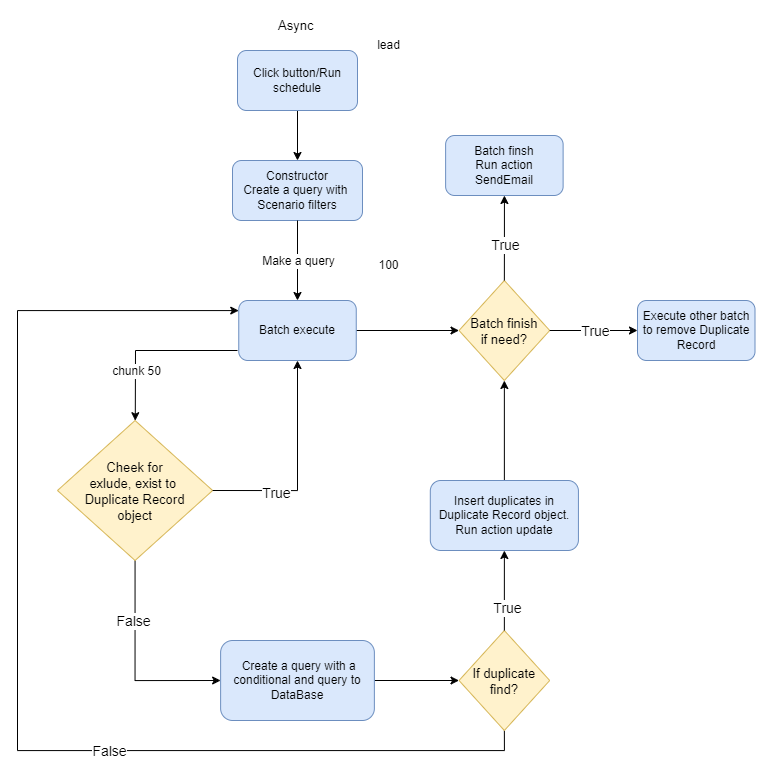
This is assets/search-duplicates-async.png from vovantais/Presentation-Duplicates-Application, a draw.io export, as it was before one commit. Source tidied: cells renumbered, new cells last; positions are measured from the earlier drawing's top-left corner, leaving out a move shared by most shapes. Source of this version:
```xml
<mxGraphModel>
  <root>
    <mxCell id="0" />
    <mxCell id="1" parent="0" />
    <mxCell id="2" style="edgeStyle=orthogonalEdgeStyle;rounded=0;jettySize=auto;html=1;exitX=0.5;exitY=1;exitDx=0;exitDy=0;entryX=0.5;entryY=0;entryDx=0;entryDy=0;" parent="1" edge="1" source="3" target="4">
      <mxGeometry relative="1" as="geometry" />
    </mxCell>
    <mxCell id="3" value="&lt;span style=&quot;&quot;&gt;Click button/Run schedule&lt;/span&gt;" style="rounded=1;whiteSpace=wrap;html=1;fillColor=#dae8fc;strokeColor=#6c8ebf;" parent="1" vertex="1">
      <mxGeometry x="220" y="40" width="120" height="60" as="geometry" />
    </mxCell>
    <mxCell id="4" value="Constructor&lt;br&gt;Create a query with&amp;nbsp;&lt;br&gt;Scenario filters" style="rounded=1;whiteSpace=wrap;html=1;fillColor=#DAE8FC;strokeColor=#6c8ebf;" parent="1" vertex="1">
      <mxGeometry x="215" y="150" width="130" height="60" as="geometry" />
    </mxCell>
    <mxCell id="5" style="edgeStyle=orthogonalEdgeStyle;rounded=0;jettySize=auto;html=1;entryX=0;entryY=0.5;entryDx=0;entryDy=0;fontSize=12;fontColor=#000000;" parent="1" edge="1" source="6" target="25">
      <mxGeometry relative="1" as="geometry" />
    </mxCell>
    <mxCell id="6" value="Batch execute" style="rounded=1;whiteSpace=wrap;html=1;fillColor=#dae8fc;strokeColor=#6c8ebf;" parent="1" vertex="1">
      <mxGeometry x="221.2" y="290" width="117.5" height="60" as="geometry" />
    </mxCell>
    <mxCell id="7" style="edgeStyle=orthogonalEdgeStyle;rounded=0;jettySize=auto;html=1;entryX=0;entryY=0.5;entryDx=0;entryDy=0;fontSize=12;fontColor=#000000;" parent="1" edge="1" source="8" target="31">
      <mxGeometry relative="1" as="geometry" />
    </mxCell>
    <mxCell id="8" value="&amp;nbsp;Create a query with a conditional and query to&lt;br&gt;DataBase" style="rounded=1;whiteSpace=wrap;html=1;fillColor=#dae8fc;strokeColor=#6c8ebf;" parent="1" vertex="1">
      <mxGeometry x="203.1" y="630" width="153.8" height="80" as="geometry" />
    </mxCell>
    <mxCell id="9" style="endArrow=classic;html=1;rounded=0;fontFamily=Helvetica;fontSize=12;" parent="1" edge="1" target="19">
      <mxGeometry relative="1" as="geometry">
        <mxPoint x="220" y="340" as="sourcePoint" />
        <Array as="points">
          <mxPoint x="118" y="340" />
        </Array>
      </mxGeometry>
    </mxCell>
    <mxCell id="10" value="chunk 50" style="edgeLabel;html=1;align=center;verticalAlign=middle;fontFamily=Helvetica;fontSize=12;" parent="9" vertex="1">
      <mxGeometry relative="1" as="geometry">
        <mxPoint x="-16" y="20" as="offset" />
      </mxGeometry>
    </mxCell>
    <mxCell id="11" style="edgeStyle=orthogonalEdgeStyle;rounded=0;jettySize=auto;html=1;exitX=0.5;exitY=0;exitDx=0;exitDy=0;entryX=0.5;entryY=1;entryDx=0;entryDy=0;fontSize=12;fontColor=#000000;" parent="1" edge="1" source="12" target="25">
      <mxGeometry relative="1" as="geometry" />
    </mxCell>
    <mxCell id="12" value="&lt;font style=&quot;font-size: 12px;&quot;&gt;Insert duplicates in Duplicate Record object.&lt;br&gt;Run action update&lt;/font&gt;" style="rounded=1;whiteSpace=wrap;html=1;fillColor=#dae8fc;strokeColor=#6c8ebf;" parent="1" vertex="1">
      <mxGeometry x="412.8" y="470" width="148.1" height="70" as="geometry" />
    </mxCell>
    <mxCell id="13" style="endArrow=classic;html=1;rounded=0;fontFamily=Helvetica;fontSize=12;exitX=0.5;exitY=1;exitDx=0;exitDy=0;" parent="1" edge="1" source="4" target="6">
      <mxGeometry relative="1" as="geometry" />
    </mxCell>
    <mxCell id="14" value="Make a query" style="edgeLabel;html=1;align=center;verticalAlign=middle;fontFamily=Helvetica;fontSize=12;" parent="13" vertex="1">
      <mxGeometry relative="1" as="geometry" />
    </mxCell>
    <mxCell id="15" value="100" style="text;html=1;align=center;verticalAlign=middle;strokeColor=none;fillColor=none;" parent="1" vertex="1">
      <mxGeometry x="350.9" y="240" width="40" height="30" as="geometry" />
    </mxCell>
    <mxCell id="16" value="lead" style="text;html=1;align=center;verticalAlign=middle;strokeColor=none;fillColor=none;" parent="1" vertex="1">
      <mxGeometry x="345.9" y="20" width="50" height="30" as="geometry" />
    </mxCell>
    <mxCell id="17" style="edgeStyle=orthogonalEdgeStyle;rounded=0;jettySize=auto;html=1;entryX=0;entryY=0.5;entryDx=0;entryDy=0;fontSize=14;exitX=0.5;exitY=1;exitDx=0;exitDy=0;" parent="1" edge="1" source="19" target="8">
      <mxGeometry relative="1" as="geometry" />
    </mxCell>
    <mxCell id="18" value="False" style="edgeLabel;html=1;align=center;verticalAlign=middle;fontSize=14;" parent="17" vertex="1">
      <mxGeometry x="-0.41" y="-2" relative="1" as="geometry" />
    </mxCell>
    <mxCell id="19" value="Cheek for &#10;exlude, exist to &#10;Duplicate Record &#10;object" style="rhombus;fontSize=13;fillColor=#fff2cc;strokeColor=#d6b656;" parent="1" vertex="1">
      <mxGeometry x="40" y="410" width="155.1" height="140" as="geometry" />
    </mxCell>
    <mxCell id="20" style="edgeStyle=orthogonalEdgeStyle;rounded=0;jettySize=auto;html=1;entryX=0.5;entryY=1;entryDx=0;entryDy=0;fontSize=14;exitX=1;exitY=0.5;exitDx=0;exitDy=0;" parent="1" edge="1" source="19" target="6">
      <mxGeometry relative="1" as="geometry" />
    </mxCell>
    <mxCell id="21" value="True" style="edgeLabel;html=1;align=center;verticalAlign=middle;fontSize=14;" parent="20" vertex="1">
      <mxGeometry x="-0.41" y="-2" relative="1" as="geometry" />
    </mxCell>
    <mxCell id="22" value="Async&amp;nbsp;" style="text;html=1;align=center;verticalAlign=middle;strokeColor=none;fillColor=none;fontSize=13;" parent="1" vertex="1">
      <mxGeometry x="250" width="60" height="30" as="geometry" />
    </mxCell>
    <mxCell id="23" value="Batch finsh&lt;br&gt;Run action SendEmail" style="rounded=1;whiteSpace=wrap;html=1;fillColor=#dae8fc;strokeColor=#6c8ebf;" parent="1" vertex="1">
      <mxGeometry x="428.1" y="125" width="117.5" height="60" as="geometry" />
    </mxCell>
    <mxCell id="24" value="Execute other batch to remove Duplicate Record" style="rounded=1;whiteSpace=wrap;html=1;fillColor=#dae8fc;strokeColor=#6c8ebf;" parent="1" vertex="1">
      <mxGeometry x="620" y="290" width="117.5" height="60" as="geometry" />
    </mxCell>
    <mxCell id="25" value="Batch finish&#10;if need?" style="rhombus;fontSize=13;fillColor=#fff2cc;strokeColor=#d6b656;" parent="1" vertex="1">
      <mxGeometry x="441.5" y="270" width="90.7" height="100" as="geometry" />
    </mxCell>
    <mxCell id="26" style="edgeStyle=orthogonalEdgeStyle;rounded=0;jettySize=auto;html=1;entryX=0;entryY=0.5;entryDx=0;entryDy=0;fontSize=14;exitX=1;exitY=0.5;exitDx=0;exitDy=0;" parent="1" edge="1" source="25" target="24">
      <mxGeometry relative="1" as="geometry" />
    </mxCell>
    <mxCell id="27" value="True" style="edgeLabel;html=1;align=center;verticalAlign=middle;fontSize=14;" parent="26" vertex="1">
      <mxGeometry x="-0.41" y="-2" relative="1" as="geometry">
        <mxPoint x="19" y="-2" as="offset" />
      </mxGeometry>
    </mxCell>
    <mxCell id="28" style="edgeStyle=orthogonalEdgeStyle;rounded=0;jettySize=auto;html=1;fontSize=14;exitX=0.5;exitY=0;exitDx=0;exitDy=0;" parent="1" edge="1" source="25" target="23">
      <mxGeometry x="-0.17" y="101" relative="1" as="geometry">
        <mxPoint x="-4" y="-30" as="offset" />
      </mxGeometry>
    </mxCell>
    <mxCell id="29" value="True" style="edgeLabel;html=1;align=center;verticalAlign=middle;fontSize=14;" parent="28" vertex="1">
      <mxGeometry x="-0.41" y="-2" relative="1" as="geometry">
        <mxPoint x="-2" y="-11" as="offset" />
      </mxGeometry>
    </mxCell>
    <mxCell id="30" style="edgeStyle=orthogonalEdgeStyle;rounded=0;jettySize=auto;html=1;exitX=0.5;exitY=1;exitDx=0;exitDy=0;fontSize=12;fontColor=#000000;" parent="1" edge="1" source="31" target="6">
      <mxGeometry relative="1" as="geometry">
        <Array as="points">
          <mxPoint x="487" y="740" />
          <mxPoint y="740" />
          <mxPoint y="300" />
        </Array>
      </mxGeometry>
    </mxCell>
    <mxCell id="31" value="If duplicate&#10;find?" style="rhombus;fontSize=13;fillColor=#fff2cc;strokeColor=#d6b656;" parent="1" vertex="1">
      <mxGeometry x="441.5" y="620" width="90.7" height="100" as="geometry" />
    </mxCell>
    <mxCell id="32" style="edgeStyle=orthogonalEdgeStyle;rounded=0;jettySize=auto;html=1;entryX=0.5;entryY=1;entryDx=0;entryDy=0;fontSize=14;exitX=0.5;exitY=0;exitDx=0;exitDy=0;" parent="1" edge="1" source="31" target="12">
      <mxGeometry relative="1" as="geometry" />
    </mxCell>
    <mxCell id="33" value="True" style="edgeLabel;html=1;align=center;verticalAlign=middle;fontSize=14;" parent="32" vertex="1">
      <mxGeometry x="-0.41" y="-2" relative="1" as="geometry" />
    </mxCell>
    <mxCell id="34" value="False" style="edgeLabel;html=1;align=center;verticalAlign=middle;fontSize=14;" parent="1" vertex="1">
      <mxGeometry x="70" y="650" as="geometry">
        <mxPoint x="21" y="90" as="offset" />
      </mxGeometry>
    </mxCell>
  </root>
</mxGraphModel>
```
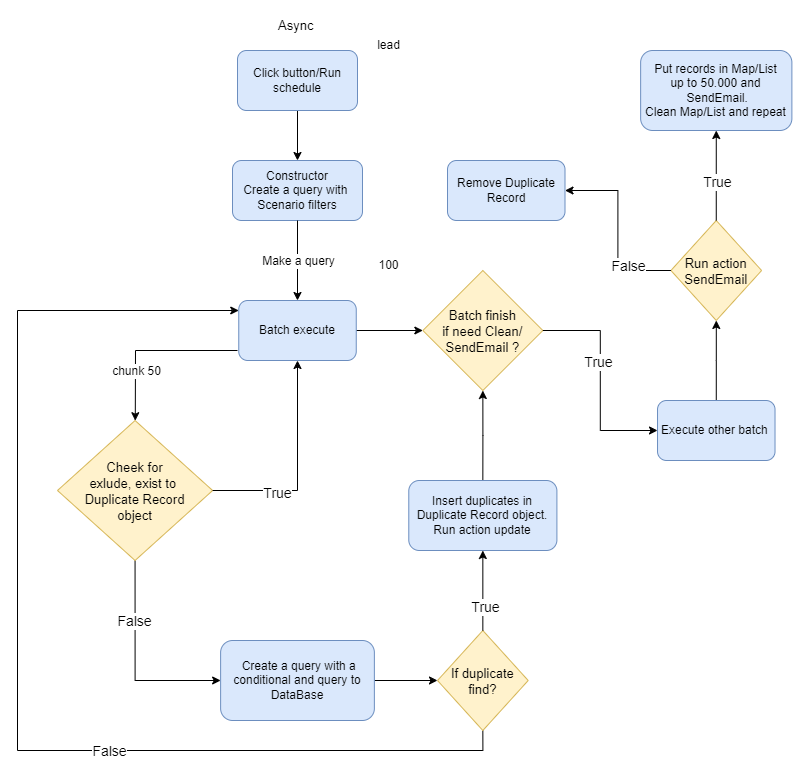
The same file after the commit.

What changed in the source:
```diff
@@ -40,7 +40,7 @@
       <mxGeometry relative="1" as="geometry" />
     </mxCell>
     <mxCell id="12" value="&lt;font style=&quot;font-size: 12px;&quot;&gt;Insert duplicates in Duplicate Record object.&lt;br&gt;Run action update&lt;/font&gt;" style="rounded=1;whiteSpace=wrap;html=1;fillColor=#dae8fc;strokeColor=#6c8ebf;" parent="1" vertex="1">
-      <mxGeometry x="412.8" y="470" width="148.1" height="70" as="geometry" />
+      <mxGeometry x="391.3" y="470" width="148.1" height="70" as="geometry" />
     </mxCell>
     <mxCell id="13" style="endArrow=classic;html=1;rounded=0;fontFamily=Helvetica;fontSize=12;exitX=0.5;exitY=1;exitDx=0;exitDy=0;" parent="1" edge="1" source="4" target="6">
       <mxGeometry relative="1" as="geometry" />
@@ -72,44 +72,34 @@
     <mxCell id="22" value="Async&amp;nbsp;" style="text;html=1;align=center;verticalAlign=middle;strokeColor=none;fillColor=none;fontSize=13;" parent="1" vertex="1">
       <mxGeometry x="250" width="60" height="30" as="geometry" />
     </mxCell>
-    <mxCell id="23" value="Batch finsh&lt;br&gt;Run action SendEmail" style="rounded=1;whiteSpace=wrap;html=1;fillColor=#dae8fc;strokeColor=#6c8ebf;" parent="1" vertex="1">
-      <mxGeometry x="428.1" y="125" width="117.5" height="60" as="geometry" />
-    </mxCell>
+    <mxCell id="35" style="edgeStyle=orthogonalEdgeStyle;rounded=0;jettySize=auto;html=1;exitX=0.5;exitY=0;exitDx=0;exitDy=0;" parent="1" edge="1" source="24" target="36">
+      <mxGeometry relative="1" as="geometry" />
+    </mxCell>
-    <mxCell id="24" value="Execute other batch to remove Duplicate Record" style="rounded=1;whiteSpace=wrap;html=1;fillColor=#dae8fc;strokeColor=#6c8ebf;" parent="1" vertex="1">
-      <mxGeometry x="620" y="290" width="117.5" height="60" as="geometry" />
+    <mxCell id="24" value="Execute other batch&amp;nbsp;" style="rounded=1;whiteSpace=wrap;html=1;fillColor=#dae8fc;strokeColor=#6c8ebf;" parent="1" vertex="1">
+      <mxGeometry x="640" y="390" width="117.5" height="60" as="geometry" />
     </mxCell>
-    <mxCell id="25" value="Batch finish&#10;if need?" style="rhombus;fontSize=13;fillColor=#fff2cc;strokeColor=#d6b656;" parent="1" vertex="1">
-      <mxGeometry x="441.5" y="270" width="90.7" height="100" as="geometry" />
+    <mxCell id="25" value="Batch finish&#10;if need Clean/&#10;SendEmail ?" style="rhombus;fontSize=13;fillColor=#fff2cc;strokeColor=#d6b656;" parent="1" vertex="1">
+      <mxGeometry x="405.4" y="260" width="120" height="120" as="geometry" />
     </mxCell>
     <mxCell id="26" style="edgeStyle=orthogonalEdgeStyle;rounded=0;jettySize=auto;html=1;entryX=0;entryY=0.5;entryDx=0;entryDy=0;fontSize=14;exitX=1;exitY=0.5;exitDx=0;exitDy=0;" parent="1" edge="1" source="25" target="24">
       <mxGeometry relative="1" as="geometry" />
     </mxCell>
     <mxCell id="27" value="True" style="edgeLabel;html=1;align=center;verticalAlign=middle;fontSize=14;" parent="26" vertex="1">
       <mxGeometry x="-0.41" y="-2" relative="1" as="geometry">
-        <mxPoint x="19" y="-2" as="offset" />
+        <mxPoint x="-1" y="24" as="offset" />
       </mxGeometry>
     </mxCell>
-    <mxCell id="28" style="edgeStyle=orthogonalEdgeStyle;rounded=0;jettySize=auto;html=1;fontSize=14;exitX=0.5;exitY=0;exitDx=0;exitDy=0;" parent="1" edge="1" source="25" target="23">
-      <mxGeometry x="-0.17" y="101" relative="1" as="geometry">
-        <mxPoint x="-4" y="-30" as="offset" />
-      </mxGeometry>
-    </mxCell>
-    <mxCell id="29" value="True" style="edgeLabel;html=1;align=center;verticalAlign=middle;fontSize=14;" parent="28" vertex="1">
-      <mxGeometry x="-0.41" y="-2" relative="1" as="geometry">
-        <mxPoint x="-2" y="-11" as="offset" />
-      </mxGeometry>
-    </mxCell>
     <mxCell id="30" style="edgeStyle=orthogonalEdgeStyle;rounded=0;jettySize=auto;html=1;exitX=0.5;exitY=1;exitDx=0;exitDy=0;fontSize=12;fontColor=#000000;" parent="1" edge="1" source="31" target="6">
       <mxGeometry relative="1" as="geometry">
         <Array as="points">
-          <mxPoint x="487" y="740" />
+          <mxPoint x="465" y="740" />
           <mxPoint y="740" />
           <mxPoint y="300" />
         </Array>
       </mxGeometry>
     </mxCell>
     <mxCell id="31" value="If duplicate&#10;find?" style="rhombus;fontSize=13;fillColor=#fff2cc;strokeColor=#d6b656;" parent="1" vertex="1">
-      <mxGeometry x="441.5" y="620" width="90.7" height="100" as="geometry" />
+      <mxGeometry x="420" y="620" width="90.7" height="100" as="geometry" />
     </mxCell>
     <mxCell id="32" style="edgeStyle=orthogonalEdgeStyle;rounded=0;jettySize=auto;html=1;entryX=0.5;entryY=1;entryDx=0;entryDy=0;fontSize=14;exitX=0.5;exitY=0;exitDx=0;exitDy=0;" parent="1" edge="1" source="31" target="12">
       <mxGeometry relative="1" as="geometry" />
@@ -122,5 +112,30 @@
         <mxPoint x="21" y="90" as="offset" />
       </mxGeometry>
     </mxCell>
+    <mxCell id="36" value="Run action&#10;SendEmail" style="rhombus;fontSize=13;fillColor=#fff2cc;strokeColor=#d6b656;" parent="1" vertex="1">
+      <mxGeometry x="653.4" y="210" width="90.7" height="100" as="geometry" />
+    </mxCell>
+    <mxCell id="37" style="edgeStyle=orthogonalEdgeStyle;rounded=0;jettySize=auto;html=1;fontSize=14;exitX=0.5;exitY=0;exitDx=0;exitDy=0;entryX=0.5;entryY=1;entryDx=0;entryDy=0;" parent="1" edge="1" source="36" target="38">
+      <mxGeometry relative="1" as="geometry" />
+    </mxCell>
+    <mxCell id="29" value="True" style="edgeLabel;html=1;align=center;verticalAlign=middle;fontSize=14;" parent="37" vertex="1">
+      <mxGeometry x="-0.41" y="-2" relative="1" as="geometry">
+        <mxPoint x="-2" y="-13" as="offset" />
+      </mxGeometry>
+    </mxCell>
+    <mxCell id="38" value="Put records in Map/List &lt;br&gt;up to 50.000 and&lt;br&gt;&amp;nbsp;SendEmail.&lt;br&gt;Clean Map/List and repeat" style="rounded=1;whiteSpace=wrap;html=1;fillColor=#dae8fc;strokeColor=#6c8ebf;" parent="1" vertex="1">
+      <mxGeometry x="623.1" y="40" width="151.2" height="80" as="geometry" />
+    </mxCell>
+    <mxCell id="39" style="edgeStyle=orthogonalEdgeStyle;rounded=0;jettySize=auto;html=1;fontSize=14;exitX=0;exitY=0.5;exitDx=0;exitDy=0;entryX=1;entryY=0.5;entryDx=0;entryDy=0;" parent="1" edge="1" source="36" target="41">
+      <mxGeometry relative="1" as="geometry" />
+    </mxCell>
+    <mxCell id="40" value="False" style="edgeLabel;html=1;align=center;verticalAlign=middle;fontSize=14;" parent="39" vertex="1">
+      <mxGeometry x="-0.41" y="-2" relative="1" as="geometry">
+        <mxPoint x="8" y="-4" as="offset" />
+      </mxGeometry>
+    </mxCell>
+    <mxCell id="41" value="Remove Duplicate&lt;br&gt;Record" style="rounded=1;whiteSpace=wrap;html=1;fillColor=#dae8fc;strokeColor=#6c8ebf;" parent="1" vertex="1">
+      <mxGeometry x="430" y="150" width="117.5" height="60" as="geometry" />
+    </mxCell>
   </root>
 </mxGraphModel>
```
